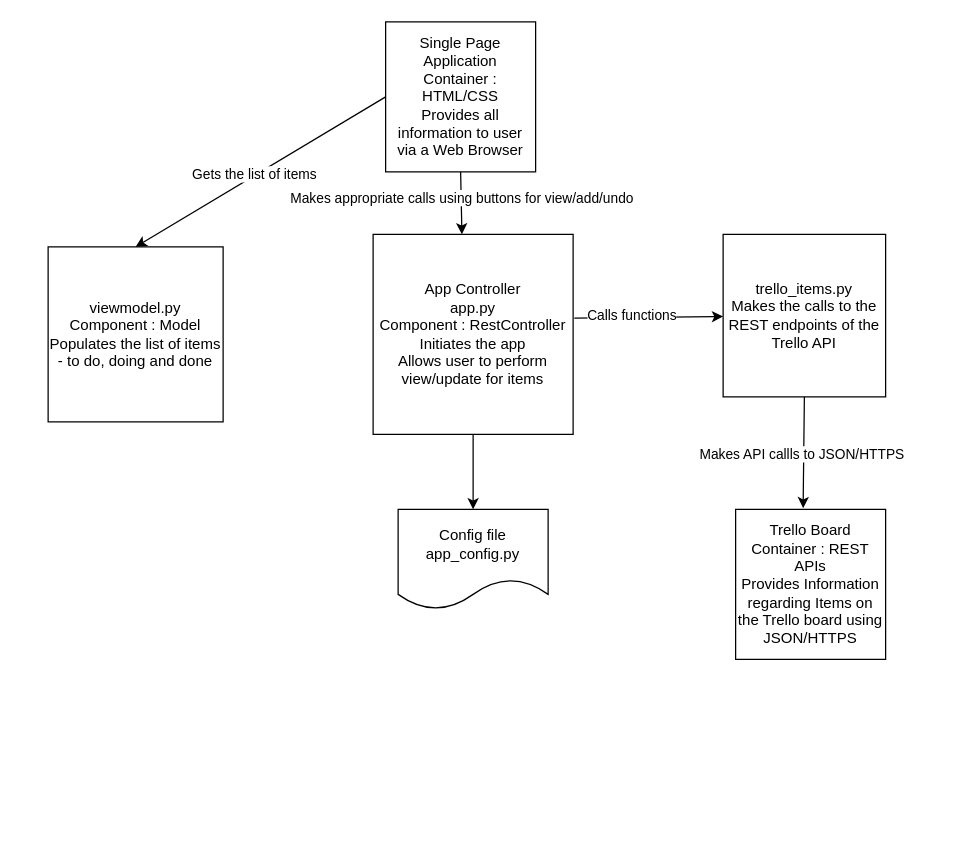
Above: documentation/ComponentDiagram.drawio in MadhuRoy-git/DevOps-Course-Starter (draw.io), before the change. Source tidied: cells renumbered, new cells numbered last; positions are measured from the earlier drawing's top-left corner, leaving out a move shared by most shapes. Both pictures are drawn from the tidied source at 125%, with x=0, y=0 at pixel (48, 21).
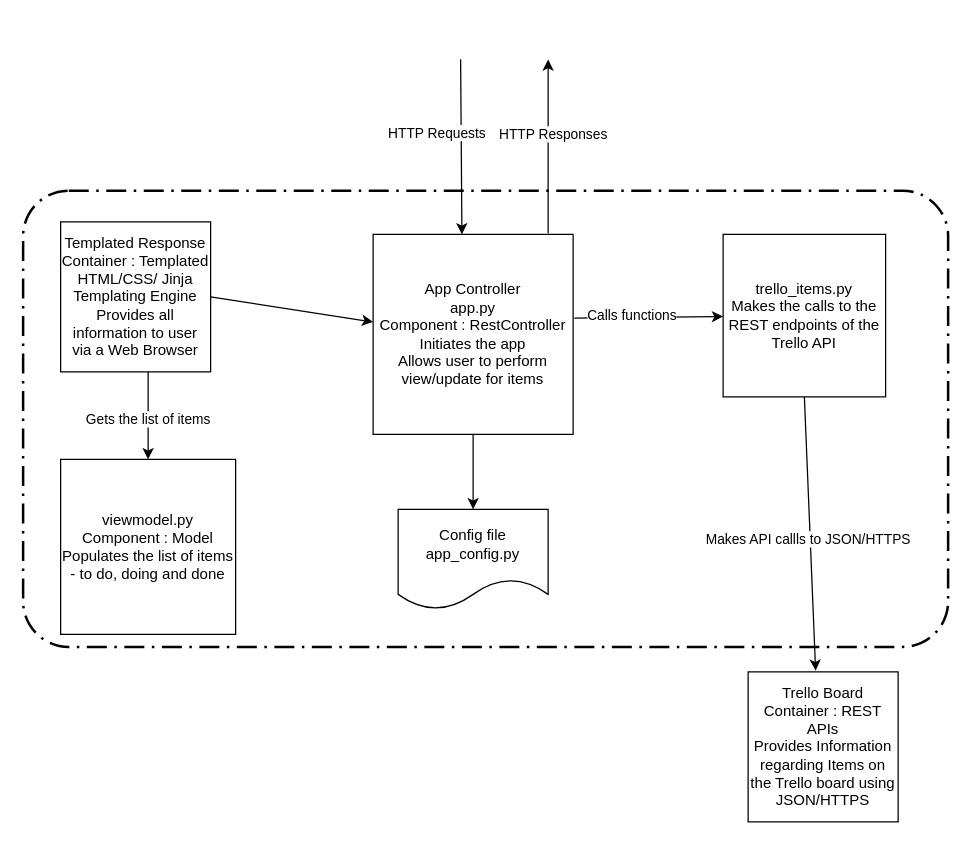
After the change.

Commit message (it also covers changes not shown here):
Review comments addressed

The change refers to these unchanged cells:
```xml
<mxCell id="3" value="App Controller&lt;br&gt;app.py&lt;br&gt;Component : RestController&lt;br&gt;Initiates the app&lt;br&gt;Allows user to perform view/update for items" style="whiteSpace=wrap;html=1;" parent="1" vertex="1">
  <mxGeometry x="260" y="170" width="160" height="160" as="geometry" />
</mxCell>
```

What changed in the source:
```diff
@@
-    <mxCell id="2" value="&lt;span&gt;Single Page Application&lt;/span&gt;&lt;br&gt;&lt;span&gt;Container : HTML/CSS&lt;/span&gt;&lt;br&gt;&lt;span&gt;Provides all information to user via a Web Browser&lt;/span&gt;" style="whiteSpace=wrap;html=1;" parent="1" vertex="1">
-      <mxGeometry x="270" width="120" height="120" as="geometry" />
+    <mxCell id="2" value="&lt;span&gt;Templated Response&lt;/span&gt;&lt;br&gt;&lt;span&gt;Container : Templated HTML/CSS/ Jinja Templating Engine&lt;/span&gt;&lt;br&gt;&lt;span&gt;Provides all information to user via a Web Browser&lt;/span&gt;" style="whiteSpace=wrap;html=1;" parent="1" vertex="1">
+      <mxGeometry x="10" y="160" width="120" height="120" as="geometry" />
     </mxCell>
@@
     <mxCell id="5" value="viewmodel.py&lt;br&gt;Component : Model&lt;br&gt;Populates the list of items - to do, doing and done" style="whiteSpace=wrap;html=1;" parent="1" vertex="1">
-      <mxGeometry y="180" width="140" height="140" as="geometry" />
+      <mxGeometry x="10" y="350" width="140" height="140" as="geometry" />
     </mxCell>
@@
     <mxCell id="7" value="&lt;span&gt;Trello Board&lt;/span&gt;&lt;br&gt;&lt;span&gt;Container : REST APIs&lt;/span&gt;&lt;br&gt;&lt;span&gt;Provides Information regarding Items on the Trello board using JSON/HTTPS&lt;/span&gt;" style="whiteSpace=wrap;html=1;" parent="1" vertex="1">
-      <mxGeometry x="550" y="390" width="120" height="120" as="geometry" />
+      <mxGeometry x="560" y="520" width="120" height="120" as="geometry" />
     </mxCell>
@@
-    <mxCell id="11" style="endArrow=classic;html=1;entryX=0.5;entryY=0;entryDx=0;entryDy=0;exitX=0;exitY=0.5;exitDx=0;exitDy=0;" parent="1" edge="1" source="2" target="5">
-      <mxGeometry relative="1" as="geometry" />
+    <mxCell id="11" style="endArrow=classic;html=1;entryX=0.5;entryY=0;entryDx=0;entryDy=0;" parent="1" edge="1" target="5">
+      <mxGeometry relative="1" as="geometry">
+        <mxPoint x="80" y="280" as="sourcePoint" />
+      </mxGeometry>
     </mxCell>
@@
-    <mxCell id="13" style="endArrow=classic;html=1;exitX=0.5;exitY=1;exitDx=0;exitDy=0;entryX=0.444;entryY=0;entryDx=0;entryDy=0;entryPerimeter=0;" parent="1" edge="1" source="2" target="3">
-      <mxGeometry relative="1" as="geometry" />
+    <mxCell id="13" style="endArrow=classic;html=1;entryX=0.444;entryY=0;entryDx=0;entryDy=0;entryPerimeter=0;" parent="1" edge="1" target="3">
+      <mxGeometry relative="1" as="geometry">
+        <mxPoint x="330" y="30" as="sourcePoint" />
+      </mxGeometry>
     </mxCell>
-    <mxCell id="14" value="Makes appropriate calls using buttons for view/add/undo" style="edgeLabel;html=1;align=center;verticalAlign=middle;" parent="13" vertex="1">
-      <mxGeometry x="-0.16" relative="1" as="geometry" />
+    <mxCell id="14" value="HTTP Requests" style="edgeLabel;html=1;align=center;verticalAlign=middle;" parent="13" vertex="1">
+      <mxGeometry x="-0.16" relative="1" as="geometry">
+        <mxPoint x="-20.4" as="offset" />
+      </mxGeometry>
     </mxCell>
@@
+    <mxCell id="17" style="endArrow=classic;html=1;exitX=1;exitY=0.5;exitDx=0;exitDy=0;entryX=0;entryY=0.438;entryDx=0;entryDy=0;entryPerimeter=0;" parent="1" edge="1" source="2" target="3">
+      <mxGeometry relative="1" as="geometry" />
+    </mxCell>
+    <mxCell id="18" style="endArrow=classic;html=1;exitX=0.875;exitY=-0.006;exitDx=0;exitDy=0;exitPerimeter=0;" parent="1" edge="1" source="3">
+      <mxGeometry relative="1" as="geometry">
+        <mxPoint x="400" y="30" as="targetPoint" />
+      </mxGeometry>
+    </mxCell>
+    <mxCell id="19" value="HTTP Responses" style="edgeLabel;html=1;align=center;verticalAlign=middle;" parent="18" vertex="1">
+      <mxGeometry x="0.15" y="-3" relative="1" as="geometry" />
+    </mxCell>
+    <mxCell id="20" style="rounded=1;arcSize=10;dashed=1;strokeColor=#000000;fillColor=none;gradientColor=none;dashPattern=8 3 1 3;strokeWidth=2;" parent="1" vertex="1">
+      <mxGeometry x="-20" y="135" width="740" height="365" as="geometry" />
+    </mxCell>
```
